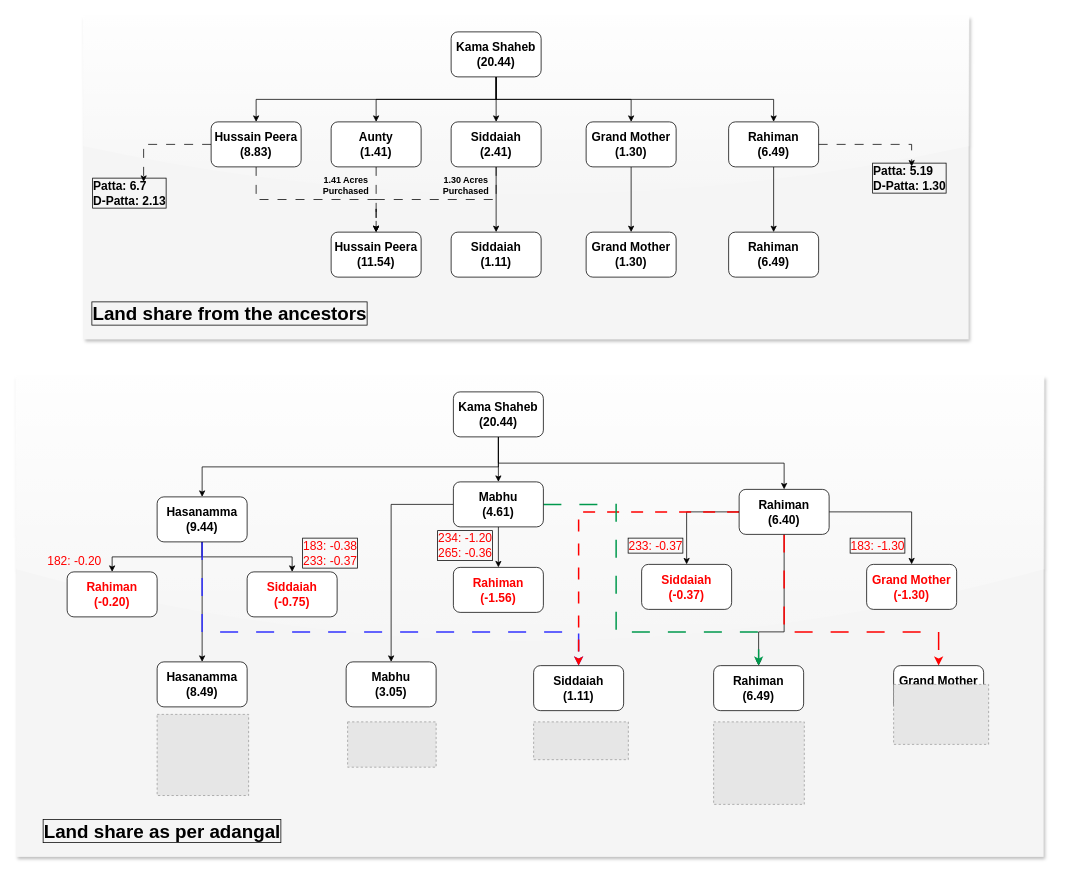
Kamalbannuru/Designs keeps this draw.io diagram as Untitled Diagram.drawio. Above is the earlier version. Source tidied: cells renumbered, new cells numbered last; positions are measured from the earlier drawing's top-left corner, leaving out a move shared by most shapes. Both pictures are drawn from the tidied source at 75%, with x=0, y=0 at pixel (16, 16). Pictures stored in the file or linked from it are replaced by grey dashed boxes.
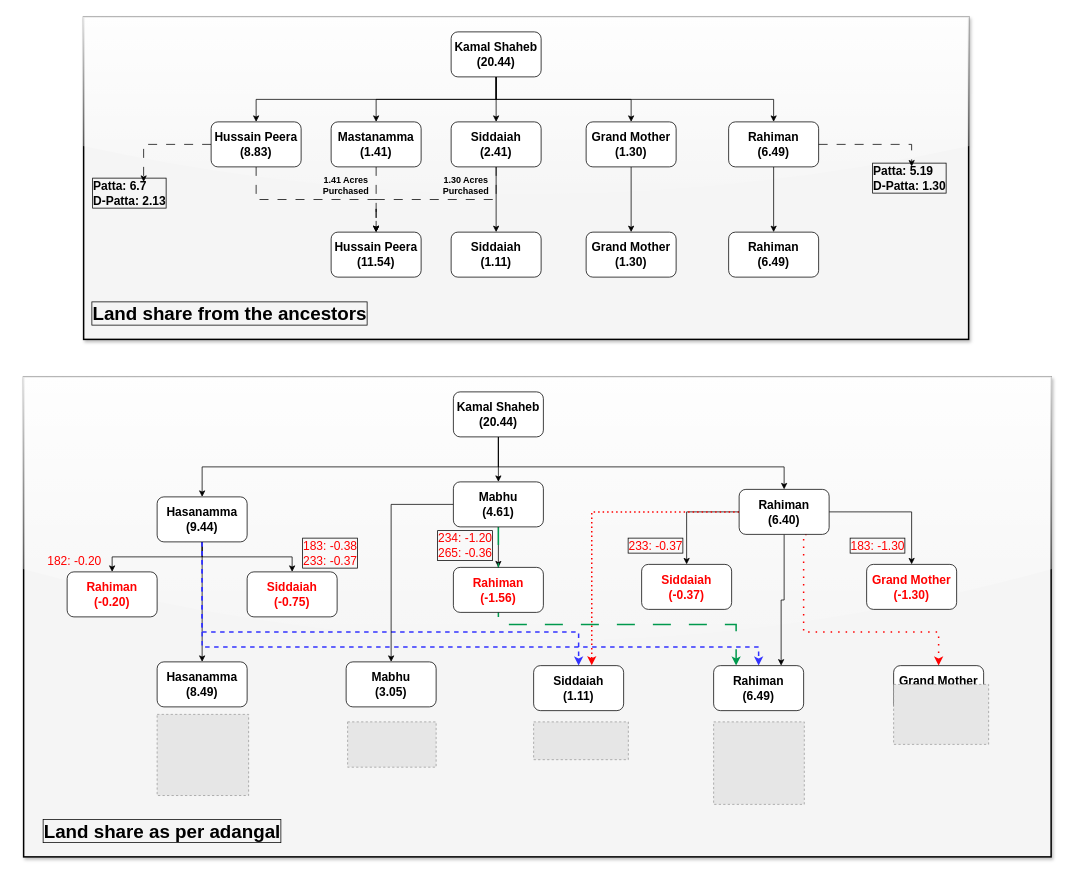
The same diagram, later.

Unchanged cells that the change refers to:
```xml
<mxCell id="40" value="Hasanamma&lt;div&gt;(9.44)&lt;/div&gt;" style="rounded=1;whiteSpace=wrap;html=1;fontSize=16;fontStyle=1;" parent="1" vertex="1">
  <mxGeometry x="188" y="640" width="120" height="60" as="geometry" />
</mxCell>
<mxCell id="46" value="Rahiman&lt;div&gt;(6.40)&lt;/div&gt;" style="rounded=1;whiteSpace=wrap;html=1;fontSize=16;fontStyle=1;" parent="1" vertex="1">
  <mxGeometry x="964" y="630" width="120" height="60" as="geometry" />
</mxCell>
<mxCell id="50" value="Mabhu&lt;div&gt;(4.61)&lt;/div&gt;" style="rounded=1;whiteSpace=wrap;html=1;fontSize=16;fontStyle=1;" parent="1" vertex="1">
  <mxGeometry x="583" y="620" width="120" height="60" as="geometry" />
</mxCell>
<mxCell id="51" value="Rahiman&lt;div&gt;(6.49&lt;span style=&quot;background-color: initial;&quot;&gt;)&lt;/span&gt;&lt;/div&gt;" style="rounded=1;whiteSpace=wrap;html=1;fontSize=16;fontStyle=1;" parent="1" vertex="1">
  <mxGeometry x="930" y="865" width="120" height="60" as="geometry" />
</mxCell>
<mxCell id="54" value="Siddaiah&lt;div&gt;(1.11)&lt;/div&gt;" style="rounded=1;whiteSpace=wrap;html=1;fontSize=16;fontStyle=1;" parent="1" vertex="1">
  <mxGeometry x="690" y="865" width="120" height="60" as="geometry" />
</mxCell>
<mxCell id="56" value="Grand Mother&lt;div&gt;(1.30)&lt;/div&gt;" style="rounded=1;whiteSpace=wrap;html=1;fontSize=16;fontStyle=1;" parent="1" vertex="1">
  <mxGeometry x="1170" y="865" width="120" height="60" as="geometry" />
</mxCell>
```

Change to the diagram source:
```diff
@@
-    <mxCell id="2" style="rounded=0;whiteSpace=wrap;html=1;fillColor=#f5f5f5;strokeColor=none;fontColor=#333333;glass=1;shadow=1;" parent="1" vertex="1">
+    <mxCell id="2" style="rounded=0;whiteSpace=wrap;html=1;fillColor=#f5f5f5;strokeColor=default;fontColor=#333333;glass=1;shadow=1;gradientColor=none;strokeWidth=2;" parent="1" vertex="1">
       <mxGeometry x="90" width="1180" height="430" as="geometry" />
     </mxCell>
@@
-    <mxCell id="8" value="Kama Shaheb&lt;div style=&quot;font-size: 16px;&quot;&gt;(20.44)&lt;/div&gt;" style="rounded=1;whiteSpace=wrap;html=1;fontSize=16;fontStyle=1;" parent="1" vertex="1">
+    <mxCell id="8" value="Kamal Shaheb&lt;div style=&quot;font-size: 16px;&quot;&gt;(20.44)&lt;/div&gt;" style="rounded=1;whiteSpace=wrap;html=1;fontSize=16;fontStyle=1;" parent="1" vertex="1">
       <mxGeometry x="580" y="20" width="120" height="60" as="geometry" />
     </mxCell>
@@
-    <mxCell id="20" value="Aunty&lt;div&gt;(1.41)&lt;/div&gt;" style="rounded=1;whiteSpace=wrap;html=1;fontSize=16;fontStyle=1;" parent="1" vertex="1">
+    <mxCell id="20" value="&lt;div&gt;Mastanamma&lt;/div&gt;&lt;div&gt;(1.41)&lt;/div&gt;" style="rounded=1;whiteSpace=wrap;html=1;fontSize=16;fontStyle=1;" parent="1" vertex="1">
       <mxGeometry x="420" y="140" width="120" height="60" as="geometry" />
     </mxCell>
@@
-    <mxCell id="31" style="rounded=0;whiteSpace=wrap;html=1;fillColor=#f5f5f5;strokeColor=none;fontColor=#333333;glass=1;shadow=1;" parent="1" vertex="1">
-      <mxGeometry y="480" width="1370" height="640" as="geometry" />
+    <mxCell id="31" style="rounded=0;whiteSpace=wrap;html=1;fillColor=#f5f5f5;strokeColor=default;fontColor=#333333;glass=1;shadow=1;strokeWidth=2;" parent="1" vertex="1">
+      <mxGeometry x="10" y="480" width="1370" height="640" as="geometry" />
     </mxCell>
@@
     <mxCell id="34" style="edgeStyle=orthogonalEdgeStyle;rounded=0;jettySize=auto;html=1;exitX=0.5;exitY=1;exitDx=0;exitDy=0;" parent="1" edge="1" source="35" target="46">
-      <mxGeometry relative="1" as="geometry" />
+      <mxGeometry relative="1" as="geometry">
+        <Array as="points">
+          <mxPoint x="643" y="600" />
+          <mxPoint x="1024" y="600" />
+        </Array>
+      </mxGeometry>
     </mxCell>
-    <mxCell id="35" value="Kama Shaheb&lt;div style=&quot;font-size: 16px;&quot;&gt;(20.44)&lt;/div&gt;" style="rounded=1;whiteSpace=wrap;html=1;fontSize=16;fontStyle=1;" parent="1" vertex="1">
+    <mxCell id="35" value="Kamal Shaheb&lt;div style=&quot;font-size: 16px;&quot;&gt;(20.44)&lt;/div&gt;" style="rounded=1;whiteSpace=wrap;html=1;fontSize=16;fontStyle=1;" parent="1" vertex="1">
       <mxGeometry x="583" y="500" width="120" height="60" as="geometry" />
     </mxCell>
@@
-    <mxCell id="39" style="edgeStyle=orthogonalEdgeStyle;rounded=0;jettySize=auto;html=1;dashed=1;dashPattern=12 12;strokeColor=#3333FF;strokeWidth=2;fontColor=#0000FF;flowAnimation=1;" parent="1" edge="1" source="40" target="54">
+    <mxCell id="39" style="edgeStyle=orthogonalEdgeStyle;rounded=0;jettySize=auto;html=1;dashed=1;strokeColor=#3333FF;strokeWidth=2;fontColor=#0000FF;flowAnimation=1;" parent="1" edge="1" source="40" target="54">
       <mxGeometry relative="1" as="geometry">
         <Array as="points">
           <mxPoint x="248" y="820" />
           <mxPoint x="750" y="820" />
         </Array>
       </mxGeometry>
     </mxCell>
+    <mxCell id="72" style="edgeStyle=orthogonalEdgeStyle;rounded=0;jettySize=auto;html=1;entryX=0.5;entryY=0;entryDx=0;entryDy=0;dashed=1;strokeColor=#3333FF;strokeWidth=2;align=center;verticalAlign=middle;fontFamily=Helvetica;fontSize=11;fontColor=#0000FF;labelBackgroundColor=default;endArrow=classic;flowAnimation=1;" parent="1" edge="1" source="40" target="51">
+      <mxGeometry relative="1" as="geometry">
+        <Array as="points">
+          <mxPoint x="248" y="840" />
+          <mxPoint x="990" y="840" />
+        </Array>
+      </mxGeometry>
+    </mxCell>
@@
-    <mxCell id="43" style="edgeStyle=orthogonalEdgeStyle;rounded=0;jettySize=auto;html=1;" parent="1" edge="1" source="46" target="51">
-      <mxGeometry relative="1" as="geometry">
-        <Array as="points">
-          <mxPoint x="1024" y="820" />
-          <mxPoint x="990" y="820" />
-        </Array>
-      </mxGeometry>
-    </mxCell>
-    <mxCell id="44" style="edgeStyle=orthogonalEdgeStyle;rounded=0;jettySize=auto;html=1;exitX=0.5;exitY=1;exitDx=0;exitDy=0;dashed=1;dashPattern=12 12;strokeColor=#FF0000;strokeWidth=2;flowAnimation=1;" parent="1" edge="1" source="46" target="56">
+    <mxCell id="44" style="edgeStyle=orthogonalEdgeStyle;rounded=0;jettySize=auto;html=1;exitX=0.75;exitY=1;exitDx=0;exitDy=0;dashed=1;dashPattern=1 4;strokeColor=#FF0000;strokeWidth=2;flowAnimation=1;" parent="1" edge="1" source="46" target="56">
       <mxGeometry relative="1" as="geometry">
         <Array as="points">
-          <mxPoint x="1024" y="820" />
+          <mxPoint x="1050" y="690" />
+          <mxPoint x="1050" y="820" />
           <mxPoint x="1230" y="820" />
         </Array>
       </mxGeometry>
     </mxCell>
-    <mxCell id="45" style="edgeStyle=orthogonalEdgeStyle;rounded=0;jettySize=auto;html=1;dashed=1;dashPattern=8 8;strokeWidth=2;strokeColor=#FF0000;flowAnimation=1;" parent="1" edge="1" source="46" target="54">
+    <mxCell id="45" style="edgeStyle=orthogonalEdgeStyle;rounded=0;jettySize=auto;html=1;dashed=1;dashPattern=1 2;strokeWidth=2;strokeColor=#FF0000;flowAnimation=1;entryX=0.646;entryY=-0.008;entryDx=0;entryDy=0;entryPerimeter=0;" parent="1" edge="1" source="46" target="54">
       <mxGeometry relative="1" as="geometry" />
     </mxCell>
+    <mxCell id="43" style="edgeStyle=orthogonalEdgeStyle;rounded=0;jettySize=auto;html=1;entryX=0.75;entryY=0;entryDx=0;entryDy=0;" parent="1" edge="1" source="46" target="51">
+      <mxGeometry relative="1" as="geometry" />
+    </mxCell>
@@
-    <mxCell id="49" style="edgeStyle=orthogonalEdgeStyle;rounded=0;jettySize=auto;html=1;entryX=0.5;entryY=0;entryDx=0;entryDy=0;dashed=1;dashPattern=12 12;strokeWidth=2;strokeColor=#00994D;flowAnimation=1;" parent="1" edge="1" source="50" target="51">
+    <mxCell id="49" style="edgeStyle=orthogonalEdgeStyle;rounded=0;jettySize=auto;html=1;dashed=1;dashPattern=12 12;strokeWidth=2;strokeColor=#00994D;flowAnimation=1;entryX=0.25;entryY=0;entryDx=0;entryDy=0;" parent="1" edge="1" source="50" target="51">
       <mxGeometry relative="1" as="geometry">
         <Array as="points">
-          <mxPoint x="800" y="650" />
-          <mxPoint x="800" y="820" />
-          <mxPoint x="990" y="820" />
+          <mxPoint x="643" y="810" />
+          <mxPoint x="960" y="810" />
         </Array>
       </mxGeometry>
     </mxCell>
```
